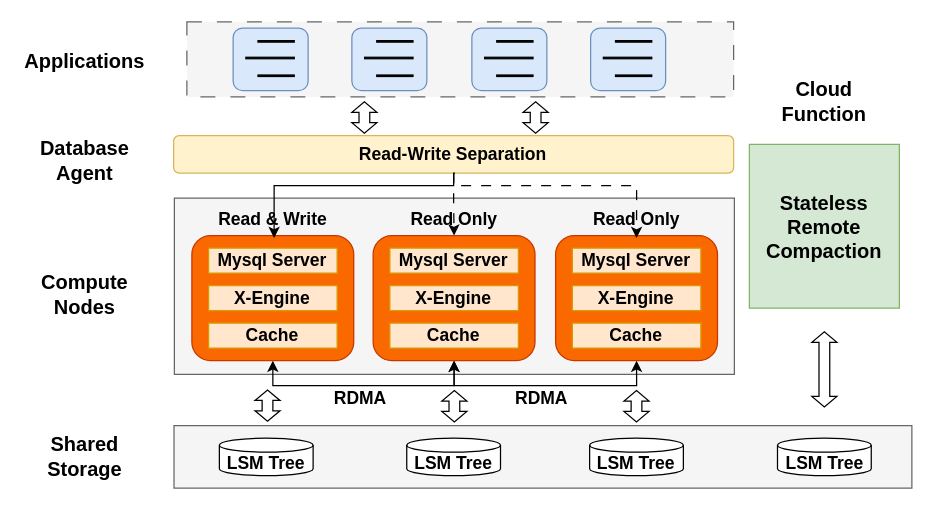
The draw.io diagram disaggregation_arch.drawio in Blueratzxk/fileServer, before the edit. Source tidied: cells renumbered, new cells numbered last; positions are measured from the earlier drawing's top-left corner, leaving out a move shared by most shapes. Both pictures are drawn from the tidied source at 125%, with x=0, y=0 at pixel (20, 21).
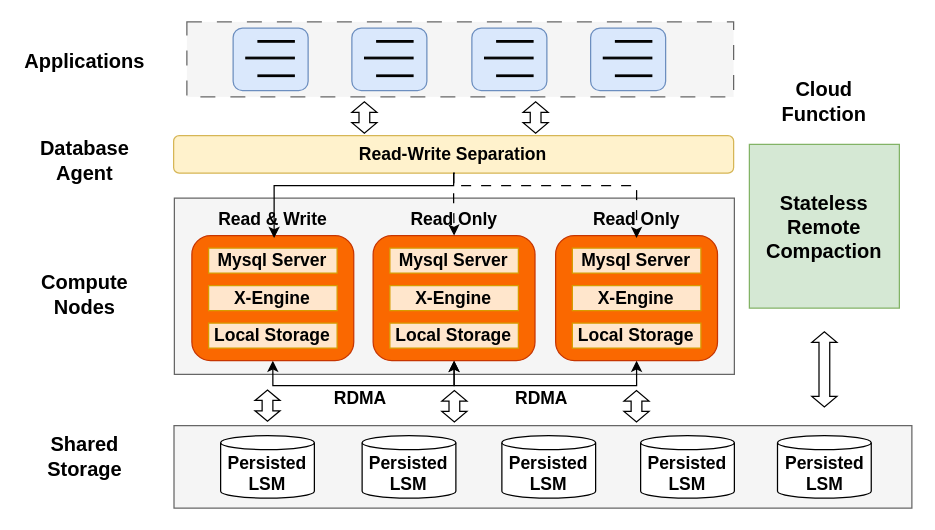
After the change.

Unchanged cells that the change refers to:
```xml
<mxCell id="4" style="group;fontStyle=1;" parent="1" vertex="1">
  <mxGeometry x="137" y="180" width="274.5" height="133" as="geometry" />
</mxCell>
<mxCell id="10" style="group;fontStyle=1;" parent="4" vertex="1">
  <mxGeometry x="145" width="129.5" height="131" as="geometry" />
</mxCell>
<mxCell id="20" style="group;fontStyle=1;" parent="1" vertex="1">
  <mxGeometry x="428" y="180" width="129.5" height="131" as="geometry" />
</mxCell>
```

Change to the diagram source:
```diff
@@
-    <mxCell id="9" value="Cache" style="rounded=0;whiteSpace=wrap;html=1;fontStyle=1;fillColor=#ffe6cc;strokeColor=#d79b00;fontSize=14;" parent="4" vertex="1">
+    <mxCell id="9" value="Local Storage" style="rounded=0;whiteSpace=wrap;html=1;fontStyle=1;fillColor=#ffe6cc;strokeColor=#d79b00;fontSize=14;" parent="4" vertex="1">
       <mxGeometry x="13.4" y="61" width="102.8" height="20" as="geometry" />
     </mxCell>
@@
-    <mxCell id="14" value="Cache" style="rounded=0;whiteSpace=wrap;html=1;fontStyle=1;fillColor=#ffe6cc;strokeColor=#d79b00;fontSize=14;" parent="10" vertex="1">
+    <mxCell id="14" value="Local Storage" style="rounded=0;whiteSpace=wrap;html=1;fontStyle=1;fillColor=#ffe6cc;strokeColor=#d79b00;fontSize=14;" parent="10" vertex="1">
       <mxGeometry x="13.4" y="61" width="102.8" height="20" as="geometry" />
     </mxCell>
@@
-    <mxCell id="24" value="Cache" style="rounded=0;whiteSpace=wrap;html=1;fontStyle=1;fillColor=#ffe6cc;strokeColor=#d79b00;fontSize=14;" parent="20" vertex="1">
+    <mxCell id="24" value="Local Storage" style="rounded=0;whiteSpace=wrap;html=1;fontStyle=1;fillColor=#ffe6cc;strokeColor=#d79b00;fontSize=14;" parent="20" vertex="1">
       <mxGeometry x="13.4" y="61" width="102.8" height="20" as="geometry" />
     </mxCell>
@@
     <mxCell id="37" style="rounded=0;whiteSpace=wrap;html=1;fillColor=#f5f5f5;strokeColor=#666666;fontColor=#333333;fontStyle=1;" parent="1" vertex="1">
-      <mxGeometry x="122.7" y="323" width="590.3" height="50" as="geometry" />
+      <mxGeometry x="122.7" y="323" width="590.3" height="66" as="geometry" />
     </mxCell>
-    <mxCell id="38" value="LSM Tree" style="shape=cylinder3;whiteSpace=wrap;html=1;boundedLbl=1;backgroundOutline=1;size=5.60003662109375;fontStyle=1;fontSize=14;" parent="1" vertex="1">
-      <mxGeometry x="159" y="333" width="75" height="30" as="geometry" />
+    <mxCell id="38" value="Persisted&lt;div&gt;LSM&lt;/div&gt;" style="shape=cylinder3;whiteSpace=wrap;html=1;boundedLbl=1;backgroundOutline=1;size=5.60003662109375;fontStyle=1;fontSize=14;" parent="1" vertex="1">
+      <mxGeometry x="160" y="331" width="75" height="50" as="geometry" />
     </mxCell>
@@
-    <mxCell id="48" value="LSM Tree" style="shape=cylinder3;whiteSpace=wrap;html=1;boundedLbl=1;backgroundOutline=1;size=5.60003662109375;fontStyle=1;fontSize=14;" parent="1" vertex="1">
-      <mxGeometry x="308.9" y="333" width="75" height="30" as="geometry" />
-    </mxCell>
-    <mxCell id="49" value="LSM Tree" style="shape=cylinder3;whiteSpace=wrap;html=1;boundedLbl=1;backgroundOutline=1;size=5.60003662109375;fontStyle=1;fontSize=14;" parent="1" vertex="1">
-      <mxGeometry x="455.2" y="333" width="75" height="30" as="geometry" />
-    </mxCell>
@@
-    <mxCell id="53" value="LSM Tree" style="shape=cylinder3;whiteSpace=wrap;html=1;boundedLbl=1;backgroundOutline=1;size=5.60003662109375;fontStyle=1;fontSize=14;" parent="1" vertex="1">
-      <mxGeometry x="605.5" y="333" width="75" height="30" as="geometry" />
-    </mxCell>
@@
+    <mxCell id="67" value="Persisted&lt;div&gt;LSM&lt;/div&gt;" style="shape=cylinder3;whiteSpace=wrap;html=1;boundedLbl=1;backgroundOutline=1;size=5.60003662109375;fontStyle=1;fontSize=14;" parent="1" vertex="1">
+      <mxGeometry x="273.2" y="331" width="75" height="50" as="geometry" />
+    </mxCell>
+    <mxCell id="68" value="Persisted&lt;div&gt;LSM&lt;/div&gt;" style="shape=cylinder3;whiteSpace=wrap;html=1;boundedLbl=1;backgroundOutline=1;size=5.60003662109375;fontStyle=1;fontSize=14;" parent="1" vertex="1">
+      <mxGeometry x="385" y="331" width="75" height="50" as="geometry" />
+    </mxCell>
+    <mxCell id="69" value="Persisted&lt;div&gt;LSM&lt;/div&gt;" style="shape=cylinder3;whiteSpace=wrap;html=1;boundedLbl=1;backgroundOutline=1;size=5.60003662109375;fontStyle=1;fontSize=14;" parent="1" vertex="1">
+      <mxGeometry x="605.5" y="331" width="75" height="50" as="geometry" />
+    </mxCell>
+    <mxCell id="70" value="Persisted&lt;div&gt;LSM&lt;/div&gt;" style="shape=cylinder3;whiteSpace=wrap;html=1;boundedLbl=1;backgroundOutline=1;size=5.60003662109375;fontStyle=1;fontSize=14;" parent="1" vertex="1">
+      <mxGeometry x="496" y="331" width="75" height="50" as="geometry" />
+    </mxCell>
```
